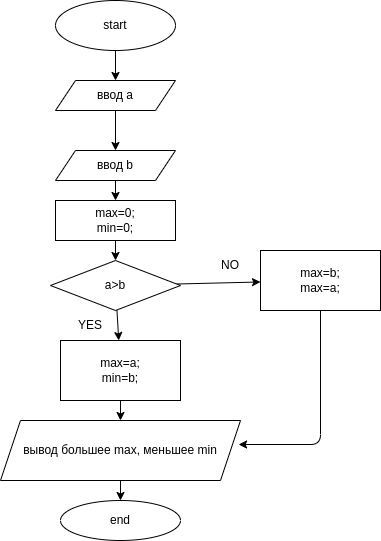
Earlier version of the draw.io export Homework/DZ_001/zadacha_001/diagram.drawio.png (FirLanPro/cSharp). Source tidied: cells renumbered, new cells last; positions are measured from the earlier drawing's top-left corner, leaving out a move shared by most shapes. The source it was exported from:
```xml
<mxGraphModel>
  <root>
    <mxCell id="0" />
    <mxCell id="1" parent="0" />
    <mxCell id="2" style="edgeStyle=none;html=1;entryX=0.5;entryY=0;entryDx=0;entryDy=0;" parent="1" edge="1" source="3" target="5">
      <mxGeometry relative="1" as="geometry" />
    </mxCell>
    <mxCell id="3" value="start" style="ellipse;whiteSpace=wrap;html=1;" parent="1" vertex="1">
      <mxGeometry x="55" width="120" height="50" as="geometry" />
    </mxCell>
    <mxCell id="4" style="edgeStyle=none;html=1;entryX=0.5;entryY=0;entryDx=0;entryDy=0;" parent="1" edge="1" source="5" target="14">
      <mxGeometry relative="1" as="geometry" />
    </mxCell>
    <mxCell id="5" value="ввод a" style="shape=parallelogram;perimeter=parallelogramPerimeter;whiteSpace=wrap;html=1;fixedSize=1;" parent="1" vertex="1">
      <mxGeometry x="55" y="80" width="120" height="30" as="geometry" />
    </mxCell>
    <mxCell id="6" style="edgeStyle=none;html=1;entryX=0.992;entryY=0.4;entryDx=0;entryDy=0;entryPerimeter=0;" parent="1" edge="1" source="7" target="19">
      <mxGeometry relative="1" as="geometry">
        <Array as="points">
          <mxPoint x="320" y="444" />
        </Array>
      </mxGeometry>
    </mxCell>
    <mxCell id="7" value="max=b;&lt;br&gt;max=a;" style="rounded=0;whiteSpace=wrap;html=1;fontFamily=Helvetica;fontSize=12;fontColor=default;align=center;strokeColor=default;fillColor=default;" parent="1" vertex="1">
      <mxGeometry x="260" y="250" width="120" height="60" as="geometry" />
    </mxCell>
    <mxCell id="8" style="edgeStyle=none;html=1;" parent="1" edge="1" source="10" target="12">
      <mxGeometry relative="1" as="geometry" />
    </mxCell>
    <mxCell id="9" style="edgeStyle=none;html=1;" parent="1" edge="1" source="10" target="7">
      <mxGeometry relative="1" as="geometry" />
    </mxCell>
    <mxCell id="10" value="a&amp;gt;b" style="rhombus;whiteSpace=wrap;html=1;" parent="1" vertex="1">
      <mxGeometry x="50" y="260" width="130" height="50" as="geometry" />
    </mxCell>
    <mxCell id="11" style="edgeStyle=none;html=1;" parent="1" edge="1" source="12" target="19">
      <mxGeometry relative="1" as="geometry" />
    </mxCell>
    <mxCell id="12" value="max=a;&lt;br&gt;min=b;" style="rounded=0;whiteSpace=wrap;html=1;" parent="1" vertex="1">
      <mxGeometry x="60" y="340" width="120" height="60" as="geometry" />
    </mxCell>
    <mxCell id="13" style="edgeStyle=none;html=1;" parent="1" edge="1" source="14" target="17">
      <mxGeometry relative="1" as="geometry" />
    </mxCell>
    <mxCell id="14" value="ввод b" style="shape=parallelogram;perimeter=parallelogramPerimeter;whiteSpace=wrap;html=1;fixedSize=1;" parent="1" vertex="1">
      <mxGeometry x="55" y="150" width="120" height="30" as="geometry" />
    </mxCell>
    <mxCell id="15" value="end" style="ellipse;whiteSpace=wrap;html=1;" parent="1" vertex="1">
      <mxGeometry x="60" y="500" width="120" height="40" as="geometry" />
    </mxCell>
    <mxCell id="16" style="edgeStyle=none;html=1;" parent="1" edge="1" source="17" target="10">
      <mxGeometry relative="1" as="geometry" />
    </mxCell>
    <mxCell id="17" value="max=0;&lt;br&gt;min=0;" style="rounded=0;whiteSpace=wrap;html=1;" parent="1" vertex="1">
      <mxGeometry x="55" y="200" width="120" height="40" as="geometry" />
    </mxCell>
    <mxCell id="18" style="edgeStyle=none;html=1;" parent="1" edge="1" source="19" target="15">
      <mxGeometry relative="1" as="geometry" />
    </mxCell>
    <mxCell id="19" value="вывод большее max, меньшее min" style="shape=parallelogram;perimeter=parallelogramPerimeter;whiteSpace=wrap;html=1;fixedSize=1;" parent="1" vertex="1">
      <mxGeometry y="420" width="240" height="60" as="geometry" />
    </mxCell>
    <mxCell id="20" value="YES" style="text;html=1;strokeColor=none;fillColor=none;align=center;verticalAlign=middle;whiteSpace=wrap;rounded=0;" parent="1" vertex="1">
      <mxGeometry x="60" y="310" width="60" height="30" as="geometry" />
    </mxCell>
    <mxCell id="21" value="NO" style="text;html=1;strokeColor=none;fillColor=none;align=center;verticalAlign=middle;whiteSpace=wrap;rounded=0;" parent="1" vertex="1">
      <mxGeometry x="200" y="250" width="60" height="30" as="geometry" />
    </mxCell>
  </root>
</mxGraphModel>
```
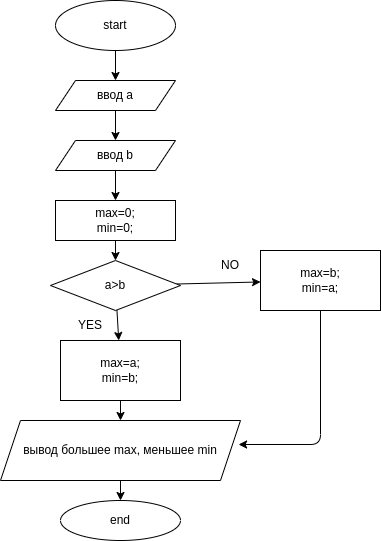
The same file after the commit.

Commit message:
редактирования home dz_001 задача_001

The edit, as a diff of the source:
```diff
@@ -21,7 +21,7 @@
         </Array>
       </mxGeometry>
     </mxCell>
-    <mxCell id="7" value="max=b;&lt;br&gt;max=a;" style="rounded=0;whiteSpace=wrap;html=1;fontFamily=Helvetica;fontSize=12;fontColor=default;align=center;strokeColor=default;fillColor=default;" parent="1" vertex="1">
+    <mxCell id="7" value="max=b;&lt;br&gt;min=a;" style="rounded=0;whiteSpace=wrap;html=1;fontFamily=Helvetica;fontSize=12;fontColor=default;align=center;strokeColor=default;fillColor=default;" parent="1" vertex="1">
       <mxGeometry x="260" y="250" width="120" height="60" as="geometry" />
     </mxCell>
     <mxCell id="8" style="edgeStyle=none;html=1;" parent="1" edge="1" source="10" target="12">
@@ -43,7 +43,7 @@
       <mxGeometry relative="1" as="geometry" />
     </mxCell>
     <mxCell id="14" value="ввод b" style="shape=parallelogram;perimeter=parallelogramPerimeter;whiteSpace=wrap;html=1;fixedSize=1;" parent="1" vertex="1">
-      <mxGeometry x="55" y="150" width="120" height="30" as="geometry" />
+      <mxGeometry x="55" y="140" width="120" height="30" as="geometry" />
     </mxCell>
     <mxCell id="15" value="end" style="ellipse;whiteSpace=wrap;html=1;" parent="1" vertex="1">
       <mxGeometry x="60" y="500" width="120" height="40" as="geometry" />
```
